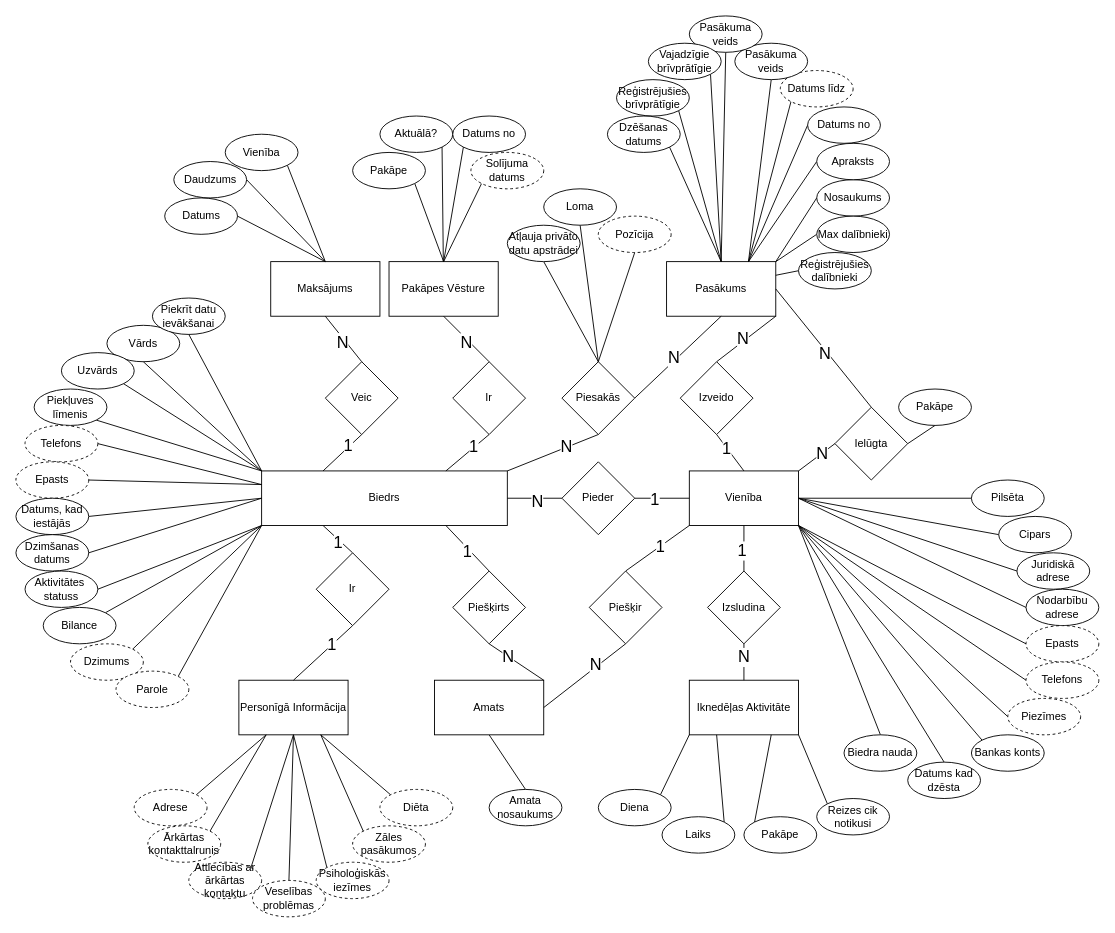
Above: page "konceptualais_DB" (8 of 10) of Documentation/DiagramData/LSGCO_IS_DIAGRAMS.drawio in JekabsVanags/LSGCO_IS (draw.io), before the change. Source tidied: cells renumbered, new cells numbered last; positions are measured from the earlier drawing's top-left corner, leaving out a move shared by most shapes. Both pictures are drawn from the tidied source at 91%, with x=0, y=0 at pixel (15, 15).
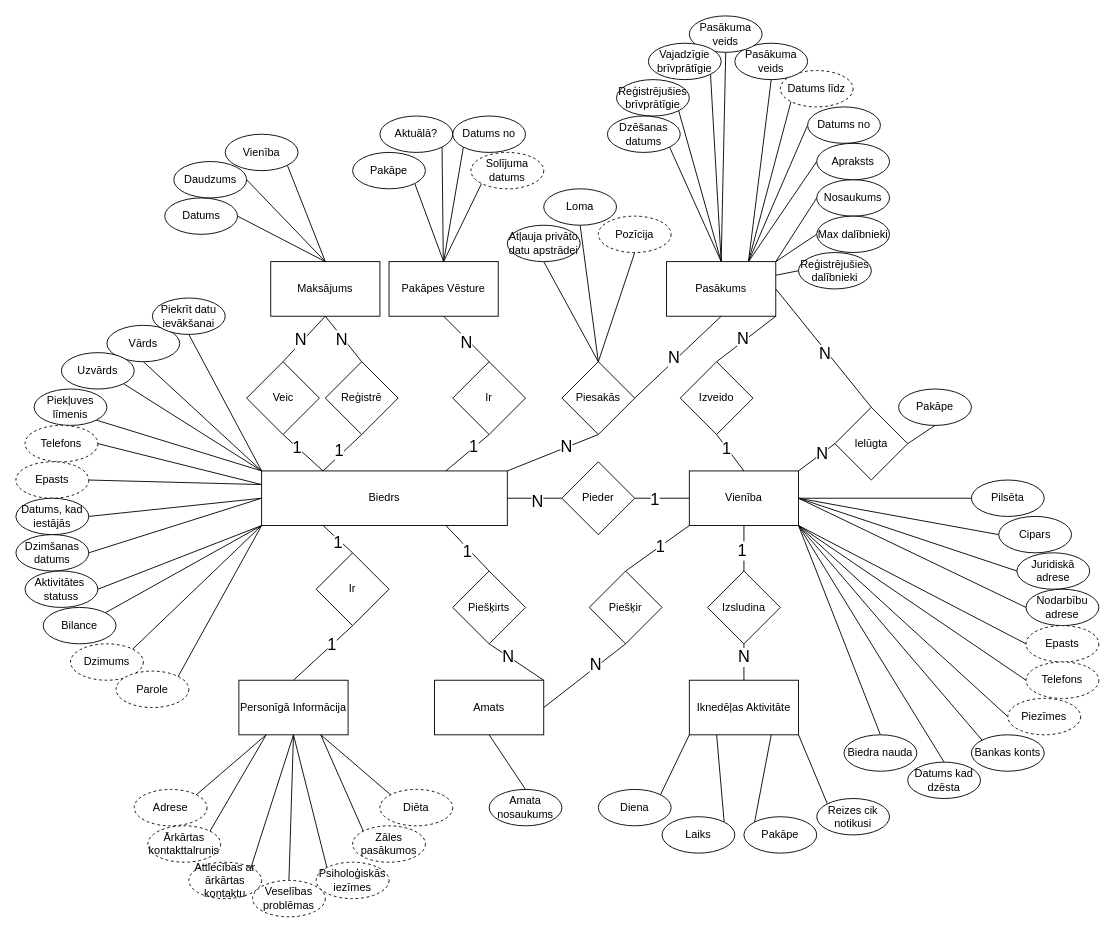
Above is the later version.

Unchanged cells that the change refers to:
```xml
<mxCell id="4" value="Biedrs" style="rounded=0;whiteSpace=wrap;html=1;" parent="1" vertex="1">
  <mxGeometry x="270" y="500" width="270" height="60" as="geometry" />
</mxCell>
<mxCell id="7" value="Maksājums" style="rounded=0;whiteSpace=wrap;html=1;" parent="1" vertex="1">
  <mxGeometry x="280" y="270" width="120" height="60" as="geometry" />
</mxCell>
```

What changed in the source:
```diff
@@
+    <mxCell id="173" style="rounded=0;jettySize=auto;html=1;exitX=0.25;exitY=0;exitDx=0;exitDy=0;entryX=0.5;entryY=1;entryDx=0;entryDy=0;endArrow=none;endFill=0;" parent="1" edge="1" source="4" target="175">
+      <mxGeometry relative="1" as="geometry" />
+    </mxCell>
@@
     <mxCell id="25" value="Veic" style="rhombus;whiteSpace=wrap;html=1;" parent="1" vertex="1">
-      <mxGeometry x="340" y="380" width="80" height="80" as="geometry" />
+      <mxGeometry x="253.5" y="380" width="80" height="80" as="geometry" />
     </mxCell>
@@
+    <mxCell id="174" style="rounded=0;jettySize=auto;html=1;exitX=0.5;exitY=0;exitDx=0;exitDy=0;entryX=0.5;entryY=1;entryDx=0;entryDy=0;endArrow=none;endFill=0;" parent="1" edge="1" source="175" target="7">
+      <mxGeometry relative="1" as="geometry" />
+    </mxCell>
+    <mxCell id="175" value="Reģistrē" style="rhombus;whiteSpace=wrap;html=1;" parent="1" vertex="1">
+      <mxGeometry x="340" y="380" width="80" height="80" as="geometry" />
+    </mxCell>
+    <mxCell id="176" value="1" style="edgeLabel;html=1;align=center;verticalAlign=middle;fontSize=18;" parent="1" vertex="1">
+      <mxGeometry x="338.5" y="478" as="geometry">
+        <mxPoint x="16" y="-1" as="offset" />
+      </mxGeometry>
+    </mxCell>
+    <mxCell id="177" value="N" style="edgeLabel;html=1;align=center;verticalAlign=middle;fontSize=18;" parent="1" vertex="1">
+      <mxGeometry x="357.6" y="355.1" as="geometry" />
+    </mxCell>
```
